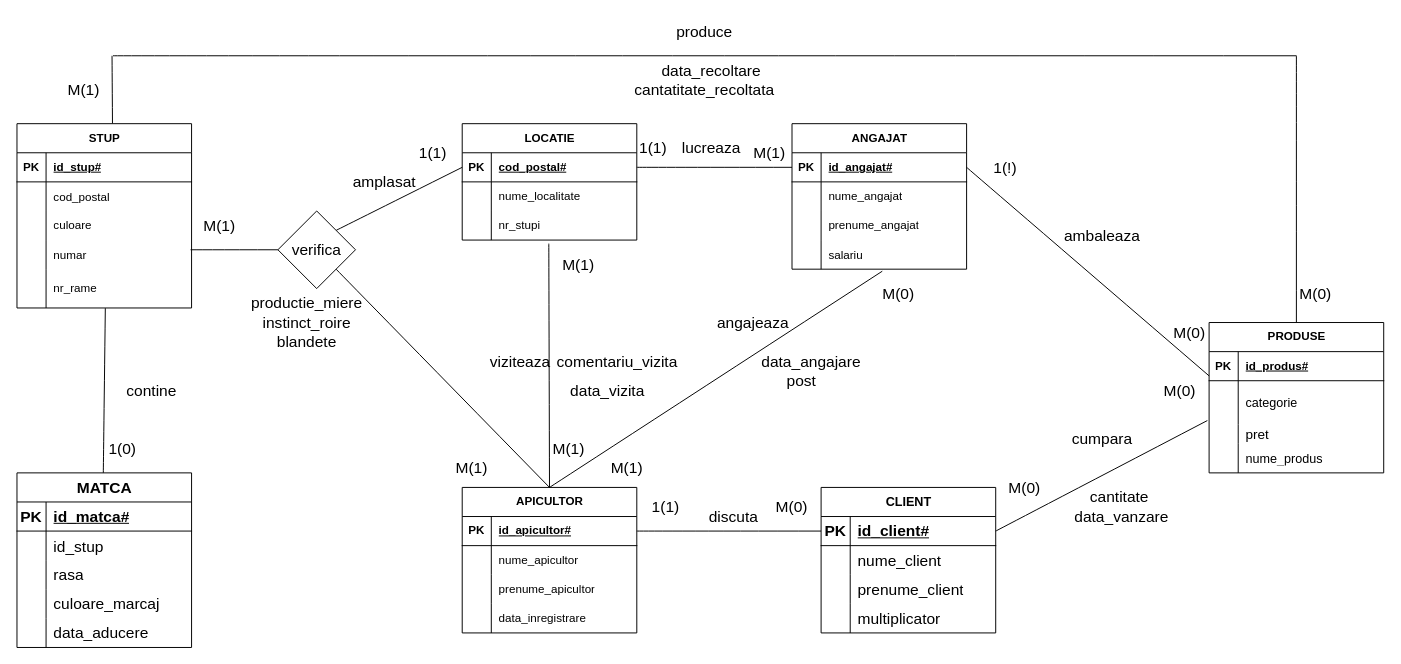
Matoka26/DataBase-Stupina keeps this draw.io diagram as page "Page-1" (1 of 2) of Diagramă fără titlu.drawio. Above is the earlier version. Source tidied: cells renumbered, new cells numbered last; positions are measured from the earlier drawing's top-left corner, leaving out a move shared by most shapes. Both pictures are drawn from the tidied source at 97%, with x=0, y=0 at pixel (16, 16).
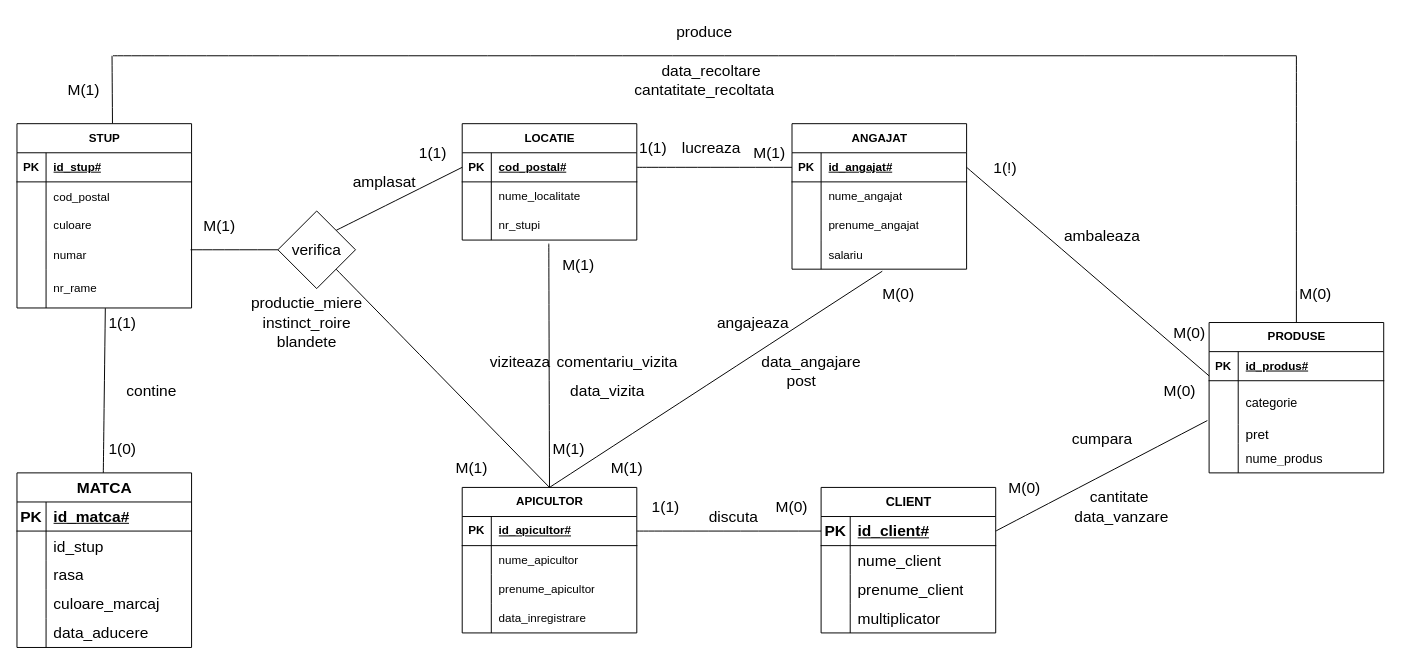
After the change.

What changed in the source:
```diff
@@
+    <mxCell id="150" value="1(1)" style="text;html=1;strokeColor=none;fillColor=none;align=center;verticalAlign=middle;whiteSpace=wrap;rounded=0;fontSize=16;" parent="1" vertex="1">
+      <mxGeometry x="79" y="300" width="60" height="30" as="geometry" />
+    </mxCell>
```
